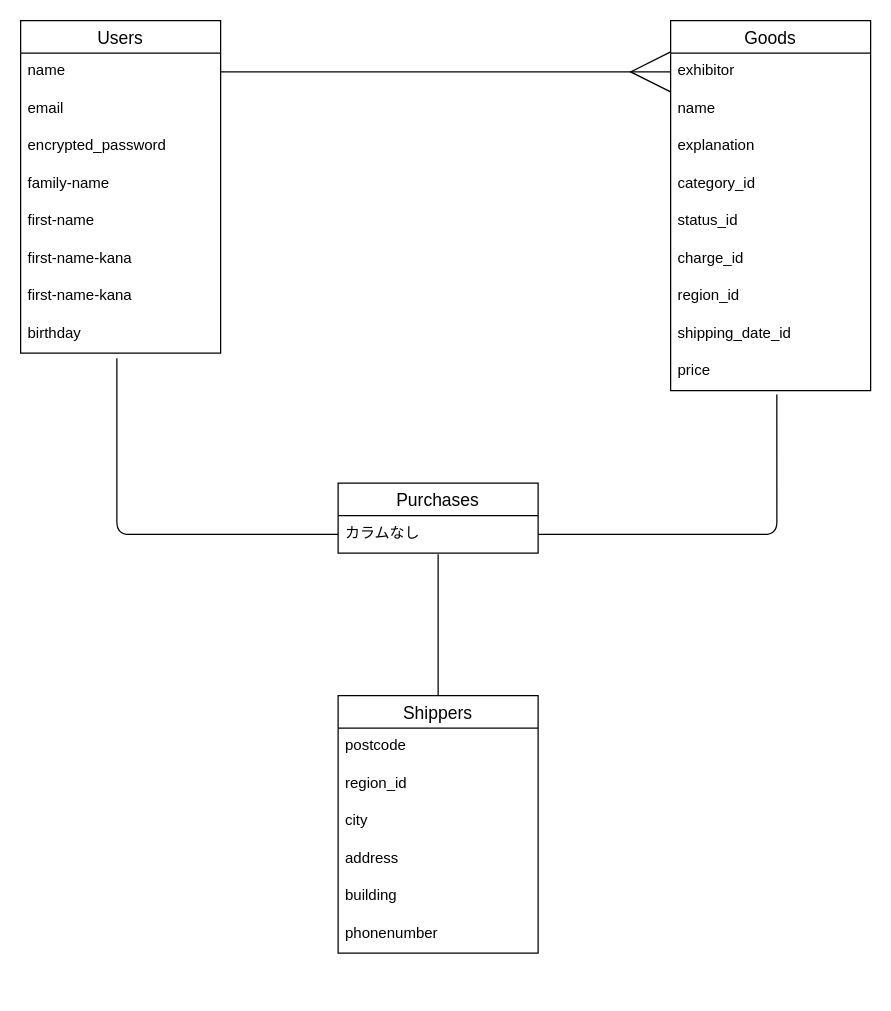
The draw.io diagram er.dio in Shaitaxx/furima-37601, before the edit. Source tidied: cells renumbered, new cells numbered last; positions are measured from the earlier drawing's top-left corner, leaving out a move shared by most shapes. Both pictures are drawn from the tidied source at 125%, with x=0, y=0 at pixel (20, 20).
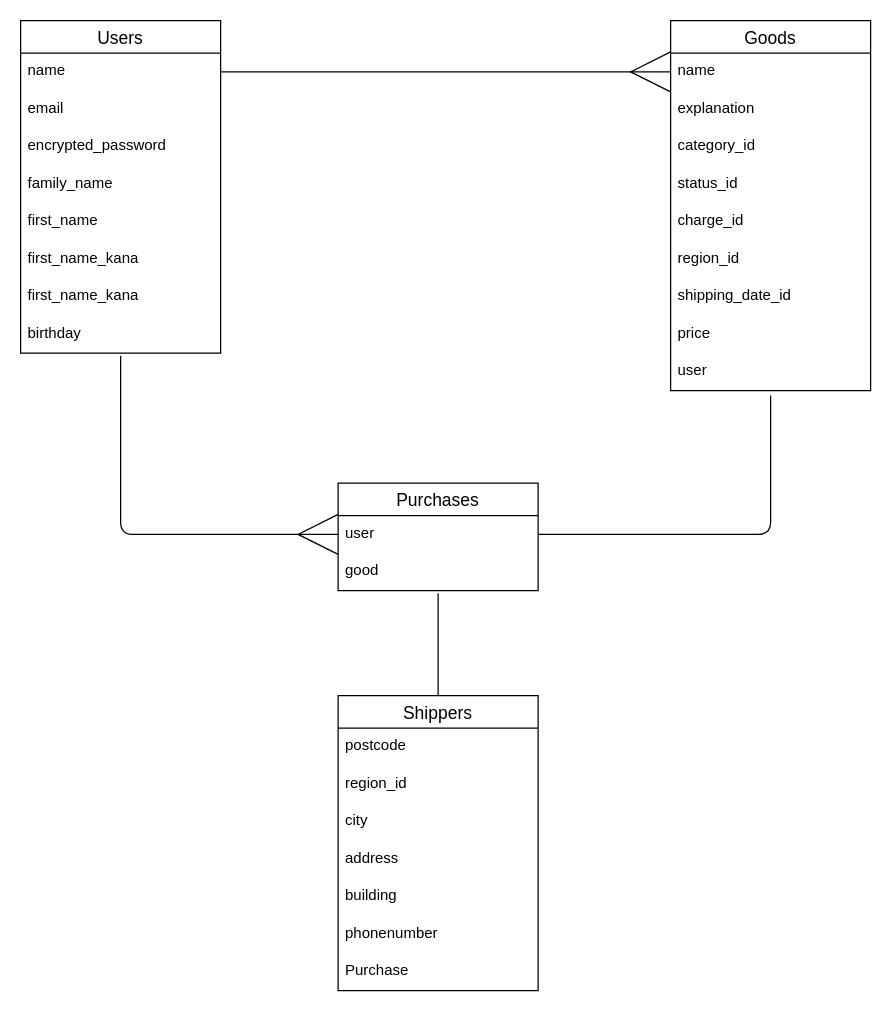
After the change.

Commit message (it also covers changes not shown here):
データベース設計の修正②

The change refers to these unchanged cells:
```xml
<mxCell id="2" value="Users" style="swimlane;fontStyle=0;horizontal=1;startSize=26;align=center;fontSize=14;" parent="1" vertex="1">
  <mxGeometry width="160" height="266" as="geometry" />
</mxCell>
<mxCell id="3" value="name" style="text;strokeColor=none;fillColor=none;spacingLeft=4;spacingRight=4;overflow=hidden;points=[[0,0.5],[1,0.5]];portConstraint=eastwest;fontSize=12;" parent="2" vertex="1">
  <mxGeometry y="26" width="160" height="30" as="geometry" />
</mxCell>
<mxCell id="10" value="birthday" style="text;strokeColor=none;fillColor=none;spacingLeft=4;spacingRight=4;overflow=hidden;points=[[0,0.5],[1,0.5]];portConstraint=eastwest;fontSize=12;" parent="2" vertex="1">
  <mxGeometry y="236" width="160" height="30" as="geometry" />
</mxCell>
<mxCell id="11" value="Goods" style="swimlane;fontStyle=0;horizontal=1;startSize=26;align=center;fontSize=14;" parent="1" vertex="1">
  <mxGeometry x="520" width="160" height="296" as="geometry" />
</mxCell>
```

Change to the diagram source:
```diff
@@
+    <mxCell id="34" style="edgeStyle=none;html=1;entryX=0;entryY=0.5;entryDx=0;entryDy=0;endArrow=ERmany;endFill=0;endSize=30;strokeWidth=1;exitX=0.5;exitY=1.067;exitDx=0;exitDy=0;exitPerimeter=0;" parent="1" edge="1" source="10" target="22">
+      <mxGeometry relative="1" as="geometry">
+        <Array as="points">
+          <mxPoint x="80" y="411" />
+        </Array>
+      </mxGeometry>
+    </mxCell>
@@
-    <mxCell id="6" value="family-name " style="text;strokeColor=none;fillColor=none;spacingLeft=4;spacingRight=4;overflow=hidden;fontSize=12;" parent="2" vertex="1">
+    <mxCell id="6" value="family_name" style="text;strokeColor=none;fillColor=none;spacingLeft=4;spacingRight=4;overflow=hidden;fontSize=12;" parent="2" vertex="1">
       <mxGeometry y="116" width="160" height="30" as="geometry" />
     </mxCell>
-    <mxCell id="7" value="first-name" style="text;strokeColor=none;fillColor=none;spacingLeft=4;spacingRight=4;overflow=hidden;fontSize=12;" parent="2" vertex="1">
+    <mxCell id="7" value="first_name" style="text;strokeColor=none;fillColor=none;spacingLeft=4;spacingRight=4;overflow=hidden;fontSize=12;" parent="2" vertex="1">
       <mxGeometry y="146" width="160" height="30" as="geometry" />
     </mxCell>
-    <mxCell id="8" value="first-name-kana" style="text;strokeColor=none;fillColor=none;spacingLeft=4;spacingRight=4;overflow=hidden;fontSize=12;" parent="2" vertex="1">
+    <mxCell id="8" value="first_name_kana" style="text;strokeColor=none;fillColor=none;spacingLeft=4;spacingRight=4;overflow=hidden;fontSize=12;" parent="2" vertex="1">
       <mxGeometry y="176" width="160" height="30" as="geometry" />
     </mxCell>
-    <mxCell id="9" value="first-name-kana" style="text;strokeColor=none;fillColor=none;spacingLeft=4;spacingRight=4;overflow=hidden;fontSize=12;" parent="2" vertex="1">
+    <mxCell id="9" value="first_name_kana" style="text;strokeColor=none;fillColor=none;spacingLeft=4;spacingRight=4;overflow=hidden;fontSize=12;" parent="2" vertex="1">
       <mxGeometry y="206" width="160" height="30" as="geometry" />
     </mxCell>
@@
-    <mxCell id="12" value="exhibitor" style="text;strokeColor=none;fillColor=none;spacingLeft=4;spacingRight=4;overflow=hidden;points=[[0,0.5],[1,0.5]];portConstraint=eastwest;fontSize=12;" parent="11" vertex="1">
-      <mxGeometry y="26" width="160" height="30" as="geometry" />
-    </mxCell>
     <mxCell id="13" value="name" style="text;strokeColor=none;fillColor=none;spacingLeft=4;spacingRight=4;overflow=hidden;fontSize=12;" parent="11" vertex="1">
-      <mxGeometry y="56" width="160" height="30" as="geometry" />
+      <mxGeometry y="26" width="160" height="30" as="geometry" />
     </mxCell>
     <mxCell id="14" value="explanation " style="text;strokeColor=none;fillColor=none;spacingLeft=4;spacingRight=4;overflow=hidden;fontSize=12;" parent="11" vertex="1">
-      <mxGeometry y="86" width="160" height="30" as="geometry" />
+      <mxGeometry y="56" width="160" height="30" as="geometry" />
     </mxCell>
     <mxCell id="15" value="category_id" style="text;strokeColor=none;fillColor=none;spacingLeft=4;spacingRight=4;overflow=hidden;fontSize=12;" parent="11" vertex="1">
-      <mxGeometry y="116" width="160" height="30" as="geometry" />
+      <mxGeometry y="86" width="160" height="30" as="geometry" />
     </mxCell>
     <mxCell id="16" value="status_id" style="text;strokeColor=none;fillColor=none;spacingLeft=4;spacingRight=4;overflow=hidden;fontSize=12;" parent="11" vertex="1">
-      <mxGeometry y="146" width="160" height="30" as="geometry" />
+      <mxGeometry y="116" width="160" height="30" as="geometry" />
     </mxCell>
     <mxCell id="17" value="charge_id" style="text;strokeColor=none;fillColor=none;spacingLeft=4;spacingRight=4;overflow=hidden;fontSize=12;" parent="11" vertex="1">
-      <mxGeometry y="176" width="160" height="30" as="geometry" />
+      <mxGeometry y="146" width="160" height="30" as="geometry" />
     </mxCell>
     <mxCell id="18" value="region_id" style="text;strokeColor=none;fillColor=none;spacingLeft=4;spacingRight=4;overflow=hidden;fontSize=12;" parent="11" vertex="1">
-      <mxGeometry y="206" width="160" height="30" as="geometry" />
+      <mxGeometry y="176" width="160" height="30" as="geometry" />
     </mxCell>
     <mxCell id="19" value="shipping_date_id" style="text;strokeColor=none;fillColor=none;spacingLeft=4;spacingRight=4;overflow=hidden;fontSize=12;" parent="11" vertex="1">
-      <mxGeometry y="236" width="160" height="30" as="geometry" />
+      <mxGeometry y="206" width="160" height="30" as="geometry" />
     </mxCell>
     <mxCell id="20" value="price" style="text;strokeColor=none;fillColor=none;spacingLeft=4;spacingRight=4;overflow=hidden;points=[[0,0.5],[1,0.5]];portConstraint=eastwest;fontSize=12;" parent="11" vertex="1">
-      <mxGeometry y="266" width="160" height="30" as="geometry" />
+      <mxGeometry y="236" width="160" height="30" as="geometry" />
     </mxCell>
+    <mxCell id="35" value="user" style="text;strokeColor=none;fillColor=none;spacingLeft=4;spacingRight=4;overflow=hidden;points=[[0,0.5],[1,0.5]];portConstraint=eastwest;fontSize=12;" parent="11" vertex="1">
+      <mxGeometry y="266" width="160" height="30" as="geometry" />
+    </mxCell>
     <mxCell id="21" value="Purchases" style="swimlane;fontStyle=0;horizontal=1;startSize=26;align=center;fontSize=14;" parent="1" vertex="1">
-      <mxGeometry x="254" y="370" width="160" height="56" as="geometry" />
+      <mxGeometry x="254" y="370" width="160" height="86" as="geometry" />
     </mxCell>
-    <mxCell id="22" value="カラムなし" style="text;strokeColor=none;fillColor=none;spacingLeft=4;spacingRight=4;overflow=hidden;points=[[0,0.5],[1,0.5]];portConstraint=eastwest;fontSize=12;" parent="21" vertex="1">
+    <mxCell id="22" value="user" style="text;strokeColor=none;fillColor=none;spacingLeft=4;spacingRight=4;overflow=hidden;points=[[0,0.5],[1,0.5]];portConstraint=eastwest;fontSize=12;" parent="21" vertex="1">
       <mxGeometry y="26" width="160" height="30" as="geometry" />
     </mxCell>
-    <mxCell id="23" style="edgeStyle=none;html=1;entryX=0.5;entryY=1.033;entryDx=0;entryDy=0;entryPerimeter=0;endArrow=none;endFill=0;endSize=30;strokeWidth=1;" parent="1" edge="1" source="24" target="22">
-      <mxGeometry relative="1" as="geometry" />
-    </mxCell>
+    <mxCell id="36" value="good" style="text;strokeColor=none;fillColor=none;spacingLeft=4;spacingRight=4;overflow=hidden;points=[[0,0.5],[1,0.5]];portConstraint=eastwest;fontSize=12;" parent="21" vertex="1">
+      <mxGeometry y="56" width="160" height="30" as="geometry" />
+    </mxCell>
+    <mxCell id="37" style="edgeStyle=none;html=1;exitX=0.5;exitY=0;exitDx=0;exitDy=0;entryX=0.5;entryY=1.067;entryDx=0;entryDy=0;entryPerimeter=0;endArrow=none;endFill=0;endSize=30;strokeWidth=1;" parent="1" edge="1" source="24" target="36">
+      <mxGeometry relative="1" as="geometry" />
+    </mxCell>
     <mxCell id="24" value="Shippers" style="swimlane;fontStyle=0;horizontal=1;startSize=26;align=center;fontSize=14;" parent="1" vertex="1">
-      <mxGeometry x="254" y="540" width="160" height="206" as="geometry" />
+      <mxGeometry x="254" y="540" width="160" height="236" as="geometry" />
     </mxCell>
@@
+    <mxCell id="38" value="Purchase" style="text;strokeColor=none;fillColor=none;spacingLeft=4;spacingRight=4;overflow=hidden;fontSize=12;" parent="24" vertex="1">
+      <mxGeometry y="206" width="160" height="30" as="geometry" />
+    </mxCell>
-    <mxCell id="31" style="edgeStyle=none;html=1;exitX=1;exitY=0.5;exitDx=0;exitDy=0;endArrow=ERmany;endFill=0;strokeWidth=1;endSize=30;entryX=0;entryY=0.5;entryDx=0;entryDy=0;" parent="1" edge="1" source="3" target="12">
-      <mxGeometry relative="1" as="geometry" />
+    <mxCell id="31" style="edgeStyle=none;html=1;exitX=1;exitY=0.5;exitDx=0;exitDy=0;endArrow=ERmany;endFill=0;strokeWidth=1;endSize=30;entryX=0;entryY=0.5;entryDx=0;entryDy=0;" parent="1" edge="1" source="3">
+      <mxGeometry relative="1" as="geometry">
+        <mxPoint x="520" y="41" as="targetPoint" />
+      </mxGeometry>
     </mxCell>
-    <mxCell id="32" style="edgeStyle=none;html=1;exitX=0;exitY=0.5;exitDx=0;exitDy=0;endArrow=none;endFill=0;endSize=30;strokeWidth=1;" parent="1" edge="1" source="22">
-      <mxGeometry relative="1" as="geometry">
-        <mxPoint x="77" y="270" as="targetPoint" />
-        <Array as="points">
-          <mxPoint x="77" y="411" />
-        </Array>
-      </mxGeometry>
-    </mxCell>
-    <mxCell id="33" style="edgeStyle=none;html=1;exitX=1;exitY=0.5;exitDx=0;exitDy=0;entryX=0.531;entryY=1.1;entryDx=0;entryDy=0;entryPerimeter=0;endArrow=none;endFill=0;endSize=30;strokeWidth=1;" parent="1" edge="1" source="22" target="20">
-      <mxGeometry relative="1" as="geometry">
-        <Array as="points">
-          <mxPoint x="605" y="411" />
-        </Array>
-      </mxGeometry>
-    </mxCell>
+    <mxCell id="39" style="edgeStyle=none;html=1;entryX=0.5;entryY=1.133;entryDx=0;entryDy=0;entryPerimeter=0;endArrow=none;endFill=0;endSize=30;strokeWidth=1;" parent="1" edge="1" source="22" target="35">
+      <mxGeometry relative="1" as="geometry">
+        <Array as="points">
+          <mxPoint x="600" y="411" />
+        </Array>
+      </mxGeometry>
+    </mxCell>
```
